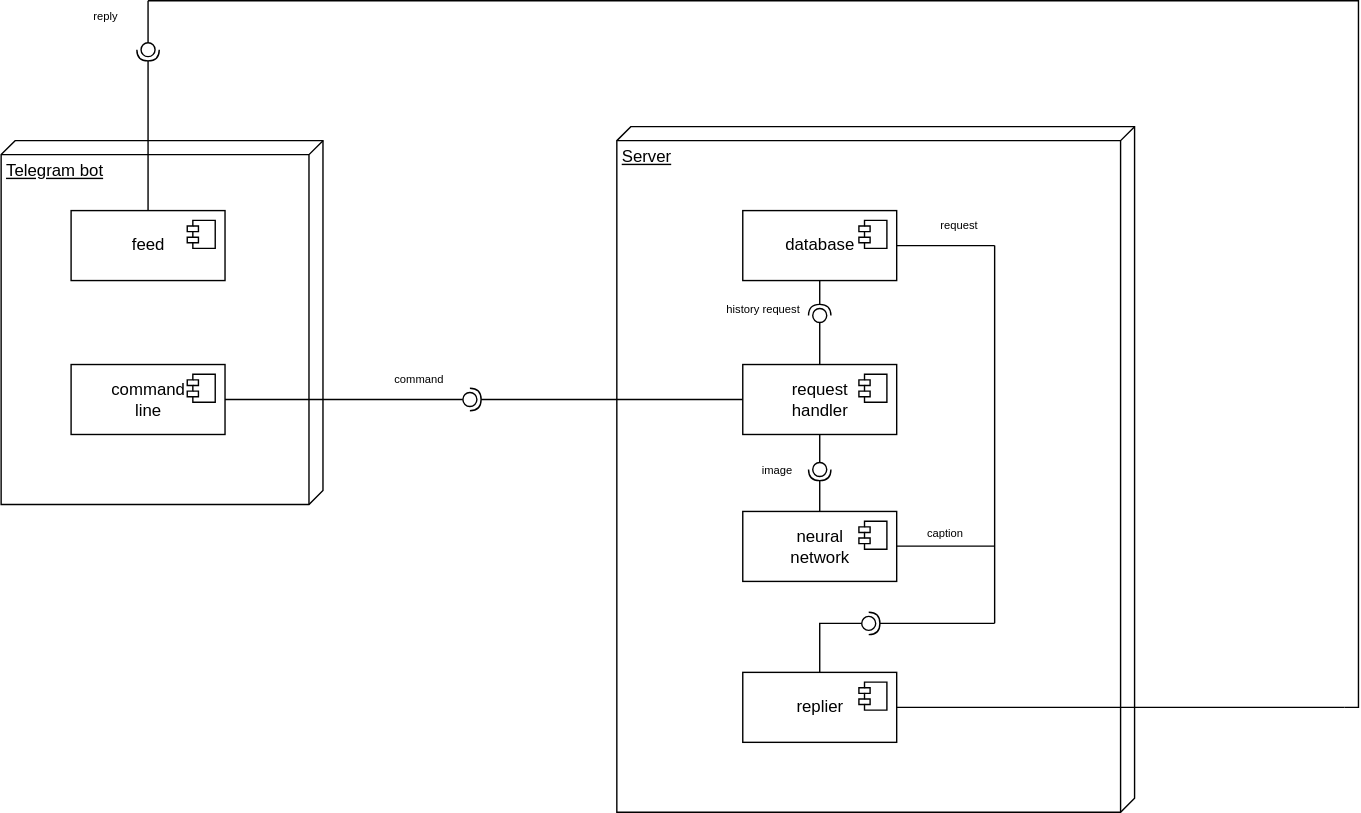
The draw.io diagram components_diagram.svg in PictureInspector/Picture-Inspector, before a commit. Source tidied: cells renumbered, new cells last; positions are measured from the earlier drawing's top-left corner, leaving out a move shared by most shapes. Its diagram source:
```xml
<mxGraphModel>
  <root>
    <mxCell id="0" />
    <mxCell id="1" parent="0" />
    <mxCell id="2" value="Telegram bot" style="verticalAlign=top;align=left;spacingTop=8;spacingLeft=2;spacingRight=12;shape=cube;size=10;direction=south;fontStyle=4;html=1;" parent="1" vertex="1">
      <mxGeometry y="100" width="230" height="260" as="geometry" />
    </mxCell>
    <mxCell id="3" value="feed" style="html=1;" parent="1" vertex="1">
      <mxGeometry x="50" y="150" width="110" height="50" as="geometry" />
    </mxCell>
    <mxCell id="4" style="shape=module;jettyWidth=8;jettyHeight=4;" parent="3" vertex="1">
      <mxGeometry x="1" width="20" height="20" relative="1" as="geometry">
        <mxPoint x="-27" y="7" as="offset" />
      </mxGeometry>
    </mxCell>
    <mxCell id="5" value="command&lt;br&gt;line" style="html=1;" parent="1" vertex="1">
      <mxGeometry x="50" y="260" width="110" height="50" as="geometry" />
    </mxCell>
    <mxCell id="6" style="shape=module;jettyWidth=8;jettyHeight=4;" parent="5" vertex="1">
      <mxGeometry x="1" width="20" height="20" relative="1" as="geometry">
        <mxPoint x="-27" y="7" as="offset" />
      </mxGeometry>
    </mxCell>
    <mxCell id="7" value="Server" style="verticalAlign=top;align=left;spacingTop=8;spacingLeft=2;spacingRight=12;shape=cube;size=10;direction=south;fontStyle=4;html=1;" parent="1" vertex="1">
      <mxGeometry x="440" y="90" width="370" height="490" as="geometry" />
    </mxCell>
    <mxCell id="8" style="edgeStyle=orthogonalEdgeStyle;rounded=0;jettySize=auto;html=1;endArrow=none;endFill=0;" parent="1" edge="1" source="9">
      <mxGeometry relative="1" as="geometry">
        <mxPoint x="710" y="175" as="targetPoint" />
      </mxGeometry>
    </mxCell>
    <mxCell id="9" value="database" style="html=1;" parent="1" vertex="1">
      <mxGeometry x="530" y="150" width="110" height="50" as="geometry" />
    </mxCell>
    <mxCell id="10" style="shape=module;jettyWidth=8;jettyHeight=4;" parent="9" vertex="1">
      <mxGeometry x="1" width="20" height="20" relative="1" as="geometry">
        <mxPoint x="-27" y="7" as="offset" />
      </mxGeometry>
    </mxCell>
    <mxCell id="11" value="request&lt;br&gt;handler" style="html=1;" parent="1" vertex="1">
      <mxGeometry x="530" y="260" width="110" height="50" as="geometry" />
    </mxCell>
    <mxCell id="12" style="shape=module;jettyWidth=8;jettyHeight=4;" parent="11" vertex="1">
      <mxGeometry x="1" width="20" height="20" relative="1" as="geometry">
        <mxPoint x="-27" y="7" as="offset" />
      </mxGeometry>
    </mxCell>
    <mxCell id="13" value="neural&lt;br&gt;network" style="html=1;" parent="1" vertex="1">
      <mxGeometry x="530" y="365" width="110" height="50" as="geometry" />
    </mxCell>
    <mxCell id="14" style="shape=module;jettyWidth=8;jettyHeight=4;" parent="13" vertex="1">
      <mxGeometry x="1" width="20" height="20" relative="1" as="geometry">
        <mxPoint x="-27" y="7" as="offset" />
      </mxGeometry>
    </mxCell>
    <mxCell id="15" value="replier" style="html=1;" parent="1" vertex="1">
      <mxGeometry x="530" y="480" width="110" height="50" as="geometry" />
    </mxCell>
    <mxCell id="16" style="shape=module;jettyWidth=8;jettyHeight=4;" parent="15" vertex="1">
      <mxGeometry x="1" width="20" height="20" relative="1" as="geometry">
        <mxPoint x="-27" y="7" as="offset" />
      </mxGeometry>
    </mxCell>
    <mxCell id="17" style="rounded=0;jettySize=auto;html=1;endArrow=none;endFill=0;exitX=0.5;exitY=0;exitDx=0;exitDy=0;" parent="1" edge="1" source="11" target="19">
      <mxGeometry relative="1" as="geometry" />
    </mxCell>
    <mxCell id="18" style="rounded=0;jettySize=auto;html=1;endArrow=halfCircle;endFill=0;entryX=0.5;entryY=0.5;entryDx=0;entryDy=0;endSize=6;strokeWidth=1;exitX=0.5;exitY=1;exitDx=0;exitDy=0;" parent="1" edge="1" source="9" target="19">
      <mxGeometry relative="1" as="geometry" />
    </mxCell>
    <mxCell id="19" style="ellipse;whiteSpace=wrap;html=1;fontFamily=Helvetica;fontSize=12;fontColor=#000000;align=center;strokeColor=#000000;fillColor=#ffffff;points=[];" parent="1" vertex="1">
      <mxGeometry x="580" y="220" width="10" height="10" as="geometry" />
    </mxCell>
    <mxCell id="20" style="rounded=0;jettySize=auto;html=1;endArrow=none;endFill=0;exitX=0.5;exitY=1;exitDx=0;exitDy=0;" parent="1" edge="1" source="11" target="22">
      <mxGeometry relative="1" as="geometry" />
    </mxCell>
    <mxCell id="21" style="rounded=0;jettySize=auto;html=1;endArrow=halfCircle;endFill=0;entryX=0.5;entryY=0.5;entryDx=0;entryDy=0;endSize=6;strokeWidth=1;exitX=0.5;exitY=0;exitDx=0;exitDy=0;" parent="1" edge="1" source="13" target="22">
      <mxGeometry relative="1" as="geometry" />
    </mxCell>
    <mxCell id="22" style="ellipse;whiteSpace=wrap;html=1;fontFamily=Helvetica;fontSize=12;fontColor=#000000;align=center;strokeColor=#000000;fillColor=#ffffff;points=[];" parent="1" vertex="1">
      <mxGeometry x="580" y="330" width="10" height="10" as="geometry" />
    </mxCell>
    <mxCell id="23" style="endArrow=none;html=1;" parent="1" edge="1">
      <mxGeometry relative="1" as="geometry">
        <mxPoint x="710" y="445" as="sourcePoint" />
        <mxPoint x="710" y="175" as="targetPoint" />
      </mxGeometry>
    </mxCell>
    <mxCell id="24" value="&lt;font style=&quot;font-size: 8px&quot;&gt;request&lt;/font&gt;" style="text;html=1;strokeColor=none;fillColor=none;align=center;verticalAlign=middle;whiteSpace=wrap;rounded=0;" parent="1" vertex="1">
      <mxGeometry x="650" y="150" width="70" height="20" as="geometry" />
    </mxCell>
    <mxCell id="25" value="&lt;font style=&quot;font-size: 8px&quot;&gt;history request&lt;/font&gt;" style="text;html=1;strokeColor=none;fillColor=none;align=center;verticalAlign=middle;whiteSpace=wrap;rounded=0;" parent="1" vertex="1">
      <mxGeometry x="510" y="210" width="70" height="20" as="geometry" />
    </mxCell>
    <mxCell id="26" value="&lt;font style=&quot;font-size: 8px&quot;&gt;image&lt;/font&gt;" style="text;html=1;strokeColor=none;fillColor=none;align=center;verticalAlign=middle;whiteSpace=wrap;rounded=0;" parent="1" vertex="1">
      <mxGeometry x="540" y="325" width="30" height="20" as="geometry" />
    </mxCell>
    <mxCell id="27" style="edgeStyle=orthogonalEdgeStyle;rounded=0;orthogonalLoop=1;jettySize=auto;html=1;endArrow=none;endFill=0;" parent="1" edge="1">
      <mxGeometry relative="1" as="geometry">
        <mxPoint x="640" y="389.8" as="sourcePoint" />
        <mxPoint x="710" y="389.8" as="targetPoint" />
      </mxGeometry>
    </mxCell>
    <mxCell id="28" value="&lt;font style=&quot;font-size: 8px&quot;&gt;caption&lt;/font&gt;" style="text;html=1;strokeColor=none;fillColor=none;align=center;verticalAlign=middle;whiteSpace=wrap;rounded=0;" parent="1" vertex="1">
      <mxGeometry x="640" y="370" width="70" height="20" as="geometry" />
    </mxCell>
    <mxCell id="29" style="rounded=0;jettySize=auto;html=1;endArrow=none;endFill=0;exitX=0.5;exitY=0;exitDx=0;exitDy=0;" parent="1" edge="1" source="15" target="31">
      <mxGeometry relative="1" as="geometry">
        <Array as="points">
          <mxPoint x="585" y="445" />
        </Array>
      </mxGeometry>
    </mxCell>
    <mxCell id="30" style="rounded=0;jettySize=auto;html=1;endArrow=halfCircle;endFill=0;entryX=0.5;entryY=0.5;entryDx=0;entryDy=0;endSize=6;strokeWidth=1;" parent="1" edge="1" target="31">
      <mxGeometry relative="1" as="geometry">
        <mxPoint x="710" y="445" as="sourcePoint" />
      </mxGeometry>
    </mxCell>
    <mxCell id="31" style="ellipse;whiteSpace=wrap;html=1;fontFamily=Helvetica;fontSize=12;fontColor=#000000;align=center;strokeColor=#000000;fillColor=#ffffff;points=[];" parent="1" vertex="1">
      <mxGeometry x="615" y="440" width="10" height="10" as="geometry" />
    </mxCell>
    <mxCell id="32" style="rounded=0;jettySize=auto;html=1;endArrow=none;endFill=0;exitX=1;exitY=0.5;exitDx=0;exitDy=0;" parent="1" edge="1" source="5" target="34">
      <mxGeometry relative="1" as="geometry" />
    </mxCell>
    <mxCell id="33" style="rounded=0;jettySize=auto;html=1;endArrow=halfCircle;endFill=0;entryX=0.5;entryY=0.5;entryDx=0;entryDy=0;endSize=6;strokeWidth=1;exitX=0;exitY=0.5;exitDx=0;exitDy=0;" parent="1" edge="1" source="11" target="34">
      <mxGeometry relative="1" as="geometry" />
    </mxCell>
    <mxCell id="34" style="ellipse;whiteSpace=wrap;html=1;fontFamily=Helvetica;fontSize=12;fontColor=#000000;align=center;strokeColor=#000000;fillColor=#ffffff;points=[];" parent="1" vertex="1">
      <mxGeometry x="330" y="280" width="10" height="10" as="geometry" />
    </mxCell>
    <mxCell id="35" value="&lt;font style=&quot;font-size: 8px&quot;&gt;command&lt;/font&gt;" style="text;html=1;strokeColor=none;fillColor=none;align=center;verticalAlign=middle;whiteSpace=wrap;rounded=0;" parent="1" vertex="1">
      <mxGeometry x="284" y="260" width="30" height="20" as="geometry" />
    </mxCell>
    <mxCell id="36" style="edgeStyle=orthogonalEdgeStyle;rounded=0;jettySize=auto;html=1;endArrow=none;endFill=0;" parent="1" edge="1" source="37">
      <mxGeometry relative="1" as="geometry">
        <mxPoint x="105" as="targetPoint" />
        <Array as="points">
          <mxPoint x="970" y="505" />
          <mxPoint x="970" />
        </Array>
      </mxGeometry>
    </mxCell>
    <mxCell id="37" style="line;strokeWidth=1;fillColor=none;align=left;verticalAlign=middle;spacingTop=-1;spacingLeft=3;spacingRight=3;labelPosition=right;points=[];portConstraint=eastwest;" parent="1" vertex="1">
      <mxGeometry x="640" y="501" width="320" height="8" as="geometry" />
    </mxCell>
    <mxCell id="38" style="rounded=0;jettySize=auto;html=1;endArrow=none;endFill=0;" parent="1" edge="1" target="40">
      <mxGeometry relative="1" as="geometry">
        <mxPoint x="105" as="sourcePoint" />
      </mxGeometry>
    </mxCell>
    <mxCell id="39" style="rounded=0;jettySize=auto;html=1;endArrow=halfCircle;endFill=0;entryX=0.5;entryY=0.5;entryDx=0;entryDy=0;endSize=6;strokeWidth=1;exitX=0.5;exitY=0;exitDx=0;exitDy=0;" parent="1" edge="1" source="3" target="40">
      <mxGeometry relative="1" as="geometry" />
    </mxCell>
    <mxCell id="40" style="ellipse;whiteSpace=wrap;html=1;fontFamily=Helvetica;fontSize=12;fontColor=#000000;align=center;strokeColor=#000000;fillColor=#ffffff;points=[];" parent="1" vertex="1">
      <mxGeometry x="100" y="30" width="10" height="10" as="geometry" />
    </mxCell>
    <mxCell id="41" value="&lt;font style=&quot;font-size: 8px&quot;&gt;reply&lt;/font&gt;" style="text;html=1;strokeColor=none;fillColor=none;align=center;verticalAlign=middle;whiteSpace=wrap;rounded=0;" parent="1" vertex="1">
      <mxGeometry x="60" width="30" height="20" as="geometry" />
    </mxCell>
  </root>
</mxGraphModel>
```
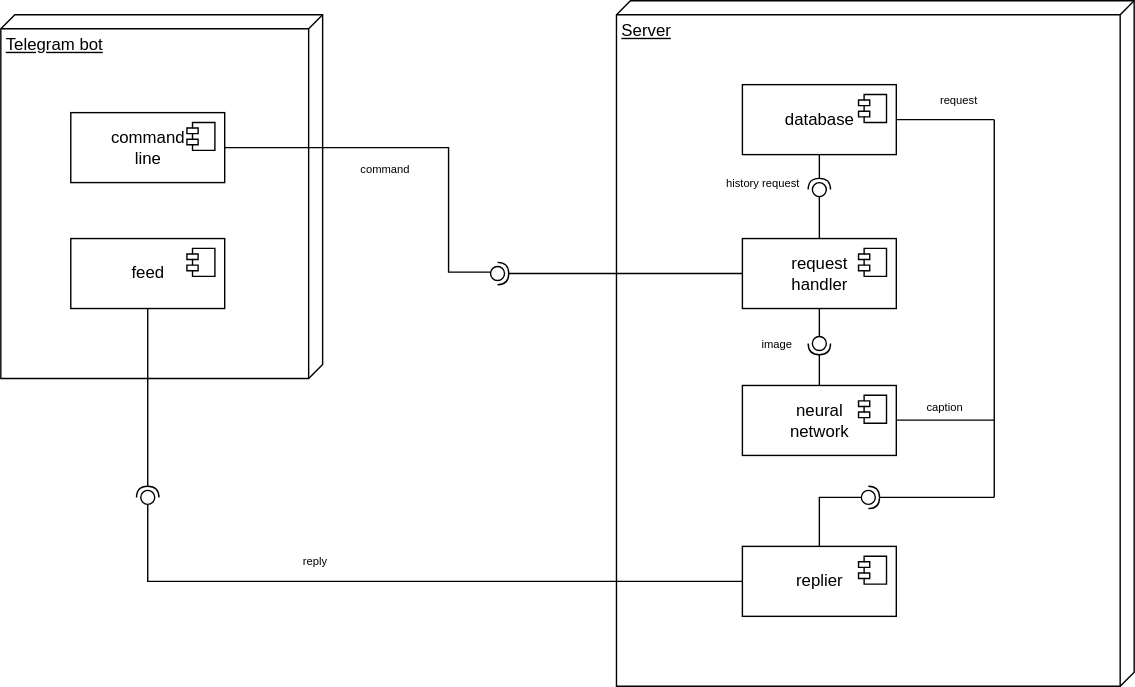
After the commit.

Commit message:
components diagram updated

What changed in the source:
```diff
@@ -6,7 +6,7 @@
       <mxGeometry y="100" width="230" height="260" as="geometry" />
     </mxCell>
     <mxCell id="3" value="feed" style="html=1;" parent="1" vertex="1">
-      <mxGeometry x="50" y="150" width="110" height="50" as="geometry" />
+      <mxGeometry x="50" y="260" width="110" height="50" as="geometry" />
     </mxCell>
     <mxCell id="4" style="shape=module;jettyWidth=8;jettyHeight=4;" parent="3" vertex="1">
       <mxGeometry x="1" width="20" height="20" relative="1" as="geometry">
@@ -14,7 +14,7 @@
       </mxGeometry>
     </mxCell>
     <mxCell id="5" value="command&lt;br&gt;line" style="html=1;" parent="1" vertex="1">
-      <mxGeometry x="50" y="260" width="110" height="50" as="geometry" />
+      <mxGeometry x="50" y="170" width="110" height="50" as="geometry" />
     </mxCell>
     <mxCell id="6" style="shape=module;jettyWidth=8;jettyHeight=4;" parent="5" vertex="1">
       <mxGeometry x="1" width="20" height="20" relative="1" as="geometry">
@@ -118,43 +118,40 @@
     <mxCell id="31" style="ellipse;whiteSpace=wrap;html=1;fontFamily=Helvetica;fontSize=12;fontColor=#000000;align=center;strokeColor=#000000;fillColor=#ffffff;points=[];" parent="1" vertex="1">
       <mxGeometry x="615" y="440" width="10" height="10" as="geometry" />
     </mxCell>
-    <mxCell id="32" style="rounded=0;jettySize=auto;html=1;endArrow=none;endFill=0;exitX=1;exitY=0.5;exitDx=0;exitDy=0;" parent="1" edge="1" source="5" target="34">
-      <mxGeometry relative="1" as="geometry" />
+    <mxCell id="32" style="rounded=0;jettySize=auto;html=1;endArrow=none;endFill=0;exitX=1;exitY=0.5;exitDx=0;exitDy=0;entryX=0.1;entryY=0.4;entryDx=0;entryDy=0;entryPerimeter=0;" parent="1" edge="1" source="5" target="34">
+      <mxGeometry relative="1" as="geometry">
+        <Array as="points">
+          <mxPoint x="320" y="195" />
+          <mxPoint x="320" y="284" />
+        </Array>
+      </mxGeometry>
     </mxCell>
     <mxCell id="33" style="rounded=0;jettySize=auto;html=1;endArrow=halfCircle;endFill=0;entryX=0.5;entryY=0.5;entryDx=0;entryDy=0;endSize=6;strokeWidth=1;exitX=0;exitY=0.5;exitDx=0;exitDy=0;" parent="1" edge="1" source="11" target="34">
       <mxGeometry relative="1" as="geometry" />
     </mxCell>
     <mxCell id="34" style="ellipse;whiteSpace=wrap;html=1;fontFamily=Helvetica;fontSize=12;fontColor=#000000;align=center;strokeColor=#000000;fillColor=#ffffff;points=[];" parent="1" vertex="1">
-      <mxGeometry x="330" y="280" width="10" height="10" as="geometry" />
+      <mxGeometry x="350" y="280" width="10" height="10" as="geometry" />
     </mxCell>
     <mxCell id="35" value="&lt;font style=&quot;font-size: 8px&quot;&gt;command&lt;/font&gt;" style="text;html=1;strokeColor=none;fillColor=none;align=center;verticalAlign=middle;whiteSpace=wrap;rounded=0;" parent="1" vertex="1">
-      <mxGeometry x="284" y="260" width="30" height="20" as="geometry" />
+      <mxGeometry x="260" y="200" width="30" height="20" as="geometry" />
     </mxCell>
-    <mxCell id="36" style="edgeStyle=orthogonalEdgeStyle;rounded=0;jettySize=auto;html=1;endArrow=none;endFill=0;" parent="1" edge="1" source="37">
-      <mxGeometry relative="1" as="geometry">
-        <mxPoint x="105" as="targetPoint" />
-        <Array as="points">
-          <mxPoint x="970" y="505" />
-          <mxPoint x="970" />
-        </Array>
-      </mxGeometry>
-    </mxCell>
-    <mxCell id="37" style="line;strokeWidth=1;fillColor=none;align=left;verticalAlign=middle;spacingTop=-1;spacingLeft=3;spacingRight=3;labelPosition=right;points=[];portConstraint=eastwest;" parent="1" vertex="1">
-      <mxGeometry x="640" y="501" width="320" height="8" as="geometry" />
-    </mxCell>
-    <mxCell id="38" style="rounded=0;jettySize=auto;html=1;endArrow=none;endFill=0;" parent="1" edge="1" target="40">
+    <mxCell id="38" style="rounded=0;jettySize=auto;html=1;endArrow=none;endFill=0;exitX=0;exitY=0.5;exitDx=0;exitDy=0;" parent="1" edge="1" source="15" target="40">
       <mxGeometry relative="1" as="geometry">
-        <mxPoint x="105" as="sourcePoint" />
+        <Array as="points">
+          <mxPoint x="105" y="505" />
+        </Array>
       </mxGeometry>
     </mxCell>
-    <mxCell id="39" style="rounded=0;jettySize=auto;html=1;endArrow=halfCircle;endFill=0;entryX=0.5;entryY=0.5;entryDx=0;entryDy=0;endSize=6;strokeWidth=1;exitX=0.5;exitY=0;exitDx=0;exitDy=0;" parent="1" edge="1" source="3" target="40">
-      <mxGeometry relative="1" as="geometry" />
+    <mxCell id="39" style="rounded=0;jettySize=auto;html=1;endArrow=halfCircle;endFill=0;entryX=0.5;entryY=0.5;entryDx=0;entryDy=0;endSize=6;strokeWidth=1;" parent="1" edge="1" target="40">
+      <mxGeometry relative="1" as="geometry">
+        <mxPoint x="105" y="310" as="sourcePoint" />
+      </mxGeometry>
     </mxCell>
     <mxCell id="40" style="ellipse;whiteSpace=wrap;html=1;fontFamily=Helvetica;fontSize=12;fontColor=#000000;align=center;strokeColor=#000000;fillColor=#ffffff;points=[];" parent="1" vertex="1">
-      <mxGeometry x="100" y="30" width="10" height="10" as="geometry" />
+      <mxGeometry x="100" y="440" width="10" height="10" as="geometry" />
     </mxCell>
     <mxCell id="41" value="&lt;font style=&quot;font-size: 8px&quot;&gt;reply&lt;/font&gt;" style="text;html=1;strokeColor=none;fillColor=none;align=center;verticalAlign=middle;whiteSpace=wrap;rounded=0;" parent="1" vertex="1">
-      <mxGeometry x="60" width="30" height="20" as="geometry" />
+      <mxGeometry x="210" y="480" width="30" height="20" as="geometry" />
     </mxCell>
   </root>
 </mxGraphModel>
```
